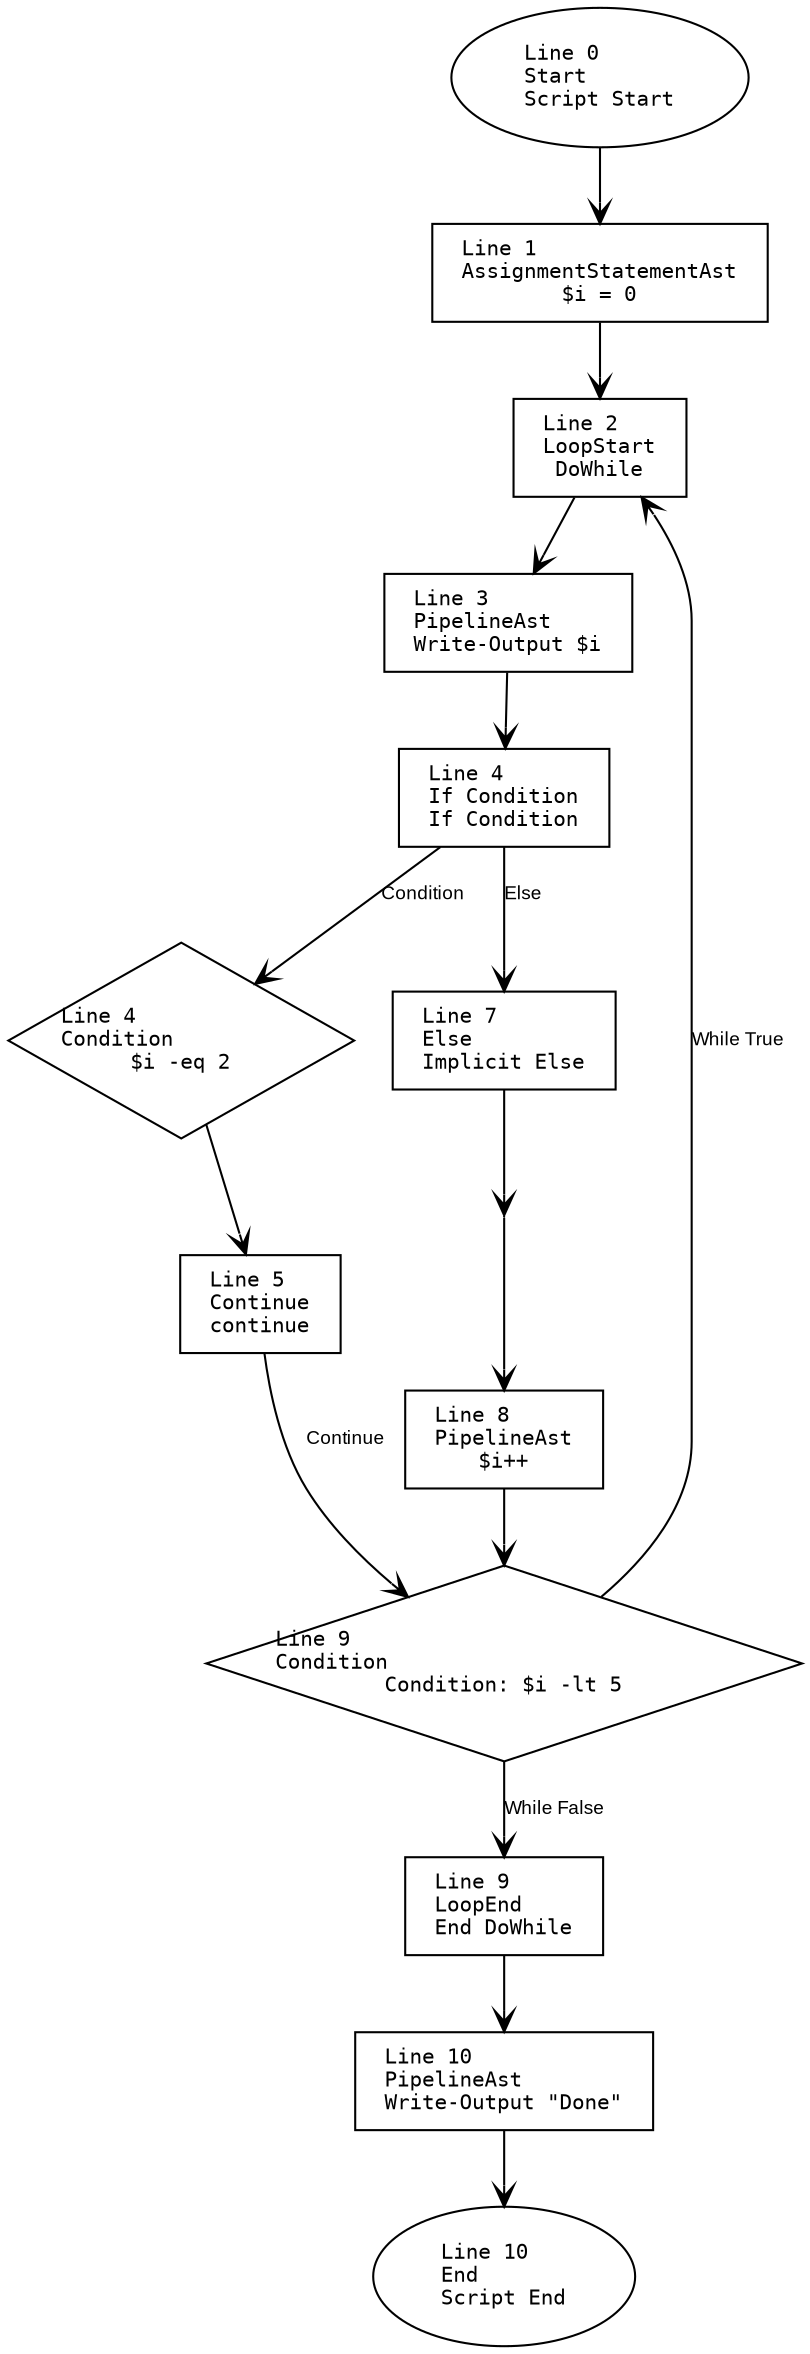
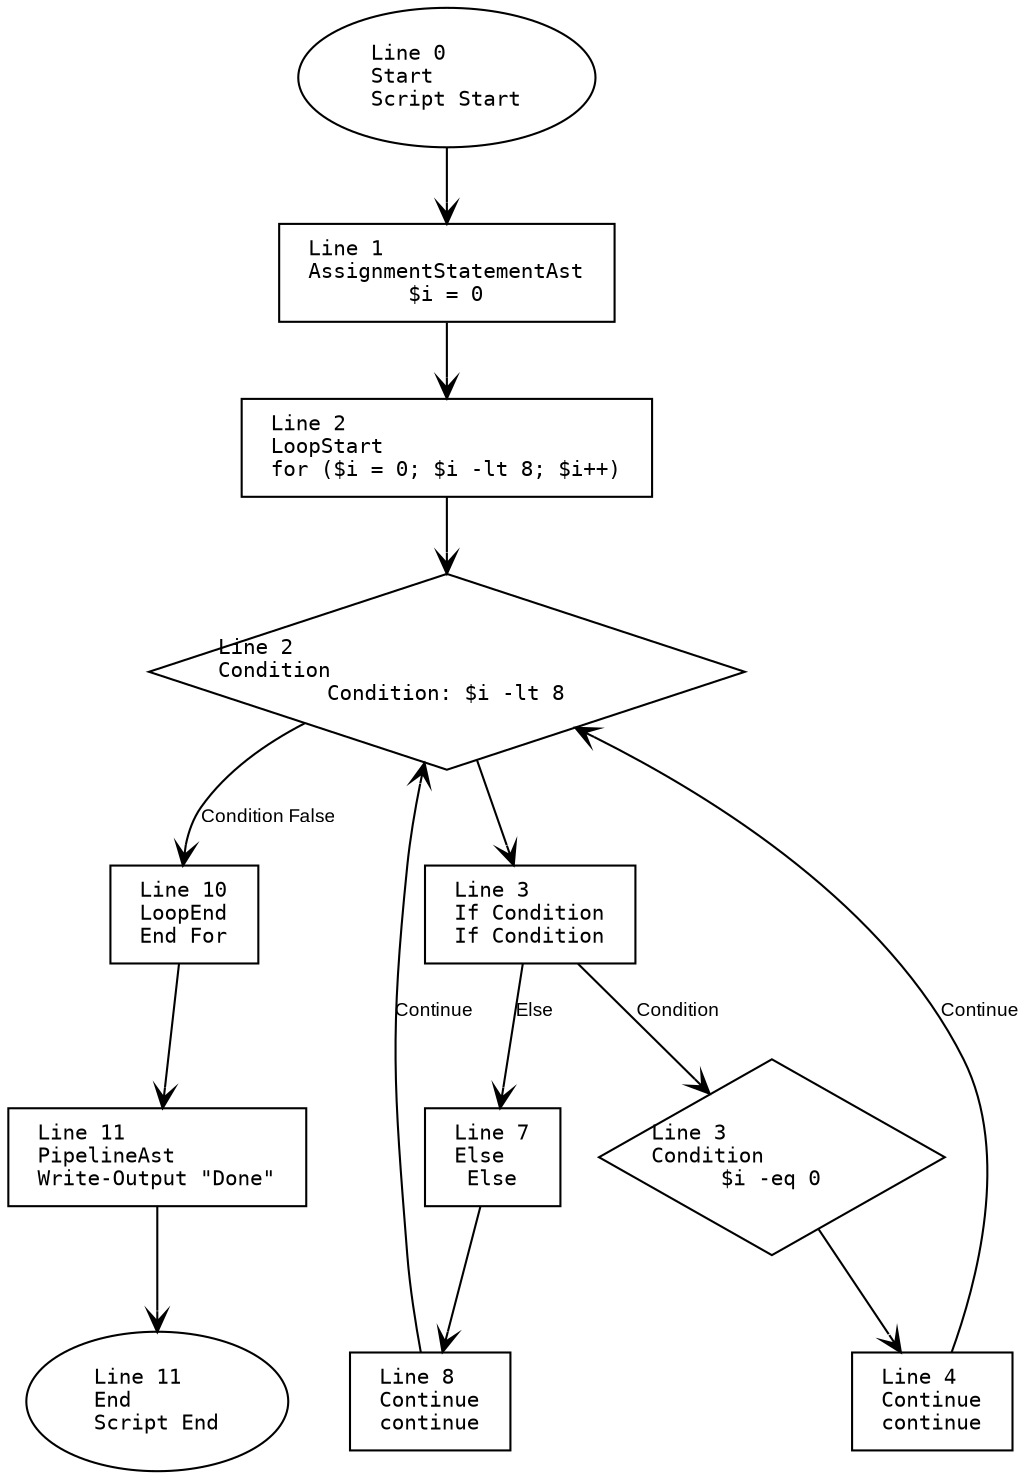
digraph G {
    rankdir=TB;
    node [
        fontname="Consolas"
        shape=box
        width=0
        height=0
        margin="0.2,0.1"
        fontsize=10
    ];
    edge [fontname="Arial", arrowhead=vee, fontsize=9];

    // Nodes
    1 [label="Line 0\lStart\lScript Start", shape=oval];
-     2 [label="Line 10\lEnd\lScript End", shape=oval];
+     2 [label="Line 11\lEnd\lScript End", shape=oval];
    3 [label="Line 1\lAssignmentStatementAst\l$i = 0", shape=box];
-     4 [label="Line 2\lLoopStart\lDoWhile", shape=box];
-     5 [label="Line 9\lCondition\lCondition: $i -lt 5", shape=diamond];
-     6 [label="Line 9\lLoopEnd\lEnd DoWhile", shape=box];
-     7 [label="Line 3\lPipelineAst\lWrite-Output $i", shape=box];
-     8 [label="Line 4\lIf Condition\lIf Condition", shape=box];
-     9 [label="Line 4\lCondition\l$i -eq 2", shape=diamond];
-     10 [label="Line 5\lContinue\lcontinue", shape=box];
-     11 [label="Line 7\lElse\lImplicit Else", shape=box];
-     12 [label="Line 7\lMerge\lIf-End", shape=point];
-     13 [label="Line 8\lPipelineAst\l$i++", shape=box];
-     14 [label="Line 10\lPipelineAst\lWrite-Output \"Done\"", shape=box];
+     4 [label="Line 2\lLoopStart\lfor ($i = 0; $i -lt 8; $i++)", shape=box];
+     5 [label="Line 2\lCondition\lCondition: $i -lt 8", shape=diamond];
+     6 [label="Line 10\lLoopEnd\lEnd For", shape=box];
+     7 [label="Line 3\lIf Condition\lIf Condition", shape=box];
+     8 [label="Line 3\lCondition\l$i -eq 0", shape=diamond];
+     9 [label="Line 4\lContinue\lcontinue", shape=box];
+     10 [label="Line 7\lElse\lElse", shape=box];
+     11 [label="Line 8\lContinue\lcontinue", shape=box];
+     12 [label="Line 11\lPipelineAst\lWrite-Output \"Done\"", shape=box];

    // Edges
    1 -> 3;
    3 -> 4;
-     4 -> 7;
-     7 -> 8;
-     8 -> 9 [label="Condition"];
-     9 -> 10;
-     10 -> 5 [label="Continue"];
-     8 -> 11 [label="Else"];
-     11 -> 12;
-     12 -> 13;
-     13 -> 5;
-     5 -> 4 [label="While True"];
-     5 -> 6 [label="While False"];
-     6 -> 14;
-     14 -> 2;
+     4 -> 5;
+     5 -> 7;
+     7 -> 8 [label="Condition"];
+     8 -> 9;
+     9 -> 5 [label="Continue"];
+     7 -> 10 [label="Else"];
+     10 -> 11;
+     11 -> 5 [label="Continue"];
+     5 -> 6 [label="Condition False"];
+     6 -> 12;
+     12 -> 2;
}